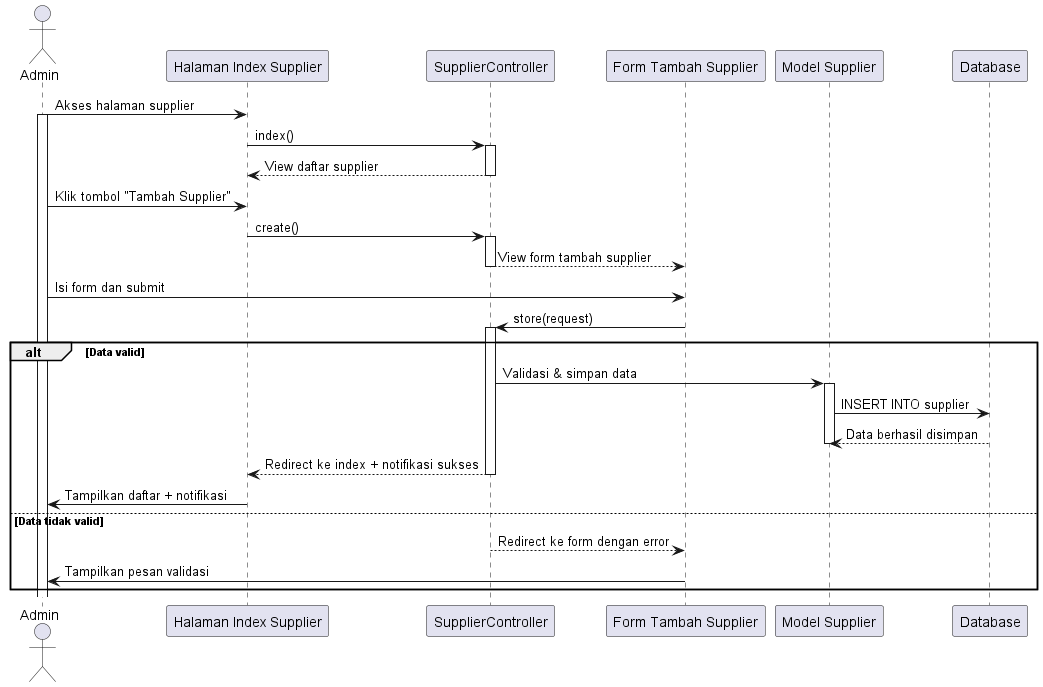
The PlantUML diagram out/sequence diagram/supplier/membuat_supplier/membuat_supplier.png in tengahcang/UML_TA, before a commit. The source it was exported from:
```plantuml
@startuml
actor Admin

participant "Halaman Index Supplier" as SupplierIndex
participant "SupplierController" as SupplierController
participant "Form Tambah Supplier" as SupplierForm
participant "Model Supplier" as SupplierModel
participant "Database" as DB

Admin -> SupplierIndex: Akses halaman supplier
activate Admin
SupplierIndex -> SupplierController: index()
activate SupplierController
SupplierController --> SupplierIndex: View daftar supplier
deactivate SupplierController

Admin -> SupplierIndex: Klik tombol "Tambah Supplier"
SupplierIndex -> SupplierController: create()
activate SupplierController
SupplierController --> SupplierForm: View form tambah supplier
deactivate SupplierController

Admin -> SupplierForm: Isi form dan submit
SupplierForm -> SupplierController: store(request)
activate SupplierController

alt Data valid
    SupplierController -> SupplierModel: Validasi & simpan data
    activate SupplierModel
    SupplierModel -> DB: INSERT INTO supplier
    DB --> SupplierModel: Data berhasil disimpan
    deactivate SupplierModel

    SupplierController --> SupplierIndex: Redirect ke index + notifikasi sukses
    deactivate SupplierController
    SupplierIndex -> Admin: Tampilkan daftar + notifikasi
else Data tidak valid
    SupplierController --> SupplierForm: Redirect ke form dengan error
    deactivate SupplierController
    SupplierForm -> Admin: Tampilkan pesan validasi
end

@enduml
```
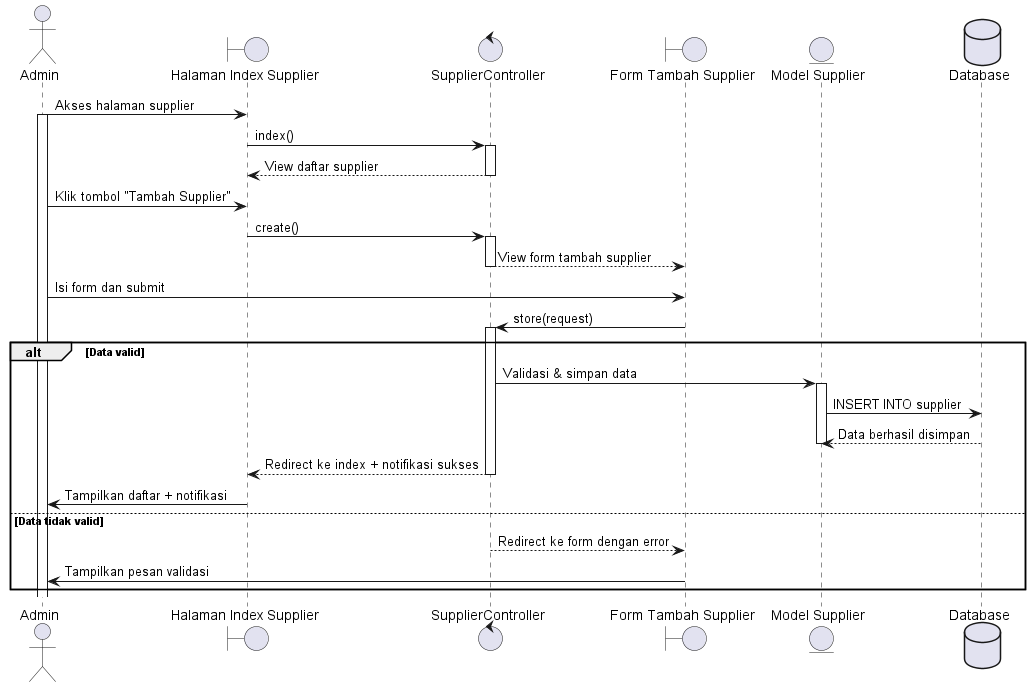
Above is the later version.

Change to the diagram source:
```diff
@@ -1,11 +1,11 @@
 @startuml
 actor Admin
 
-participant "Halaman Index Supplier" as SupplierIndex
-participant "SupplierController" as SupplierController
-participant "Form Tambah Supplier" as SupplierForm
-participant "Model Supplier" as SupplierModel
-participant "Database" as DB
+boundary "Halaman Index Supplier" as SupplierIndex
+control "SupplierController" as SupplierController
+boundary "Form Tambah Supplier" as SupplierForm
+entity "Model Supplier" as SupplierModel
+database "Database" as DB
 
 Admin -> SupplierIndex: Akses halaman supplier
 activate Admin
```
